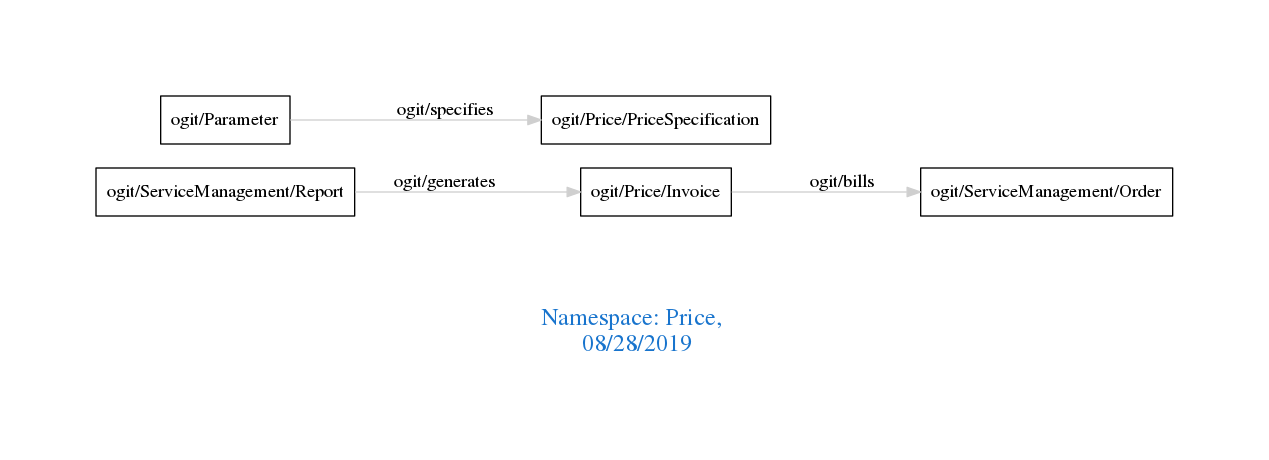
arago/OGIT keeps this Graphviz diagram as downloads/Price.png. Above is the earlier version. Its source is kept beside it as downloads/Price.dot.
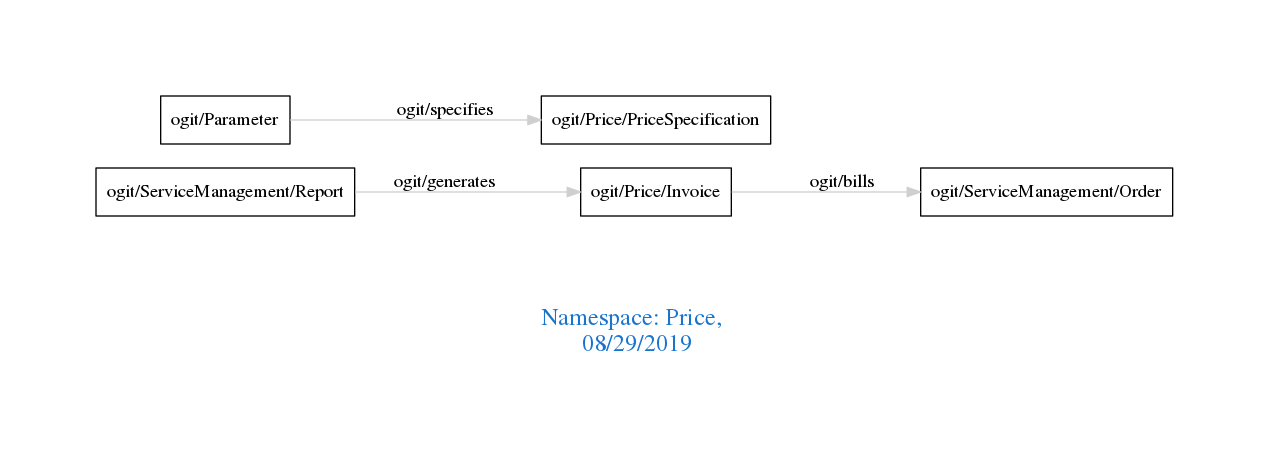
The same file after the commit.

What changed in the source:
```diff
@@ -1,7 +1,7 @@
 digraph OGIT_ontology {
  graph [ rankdir= LR,pad=1
 fontsize = 18,
-fontcolor= dodgerblue3,label = "\n\n\nNamespace: Price, \n 08/28/2019"];
+fontcolor= dodgerblue3,label = "\n\n\nNamespace: Price, \n 08/29/2019"];
 node[shape=polygon];
 edge [  color="gray81"];
 
```
